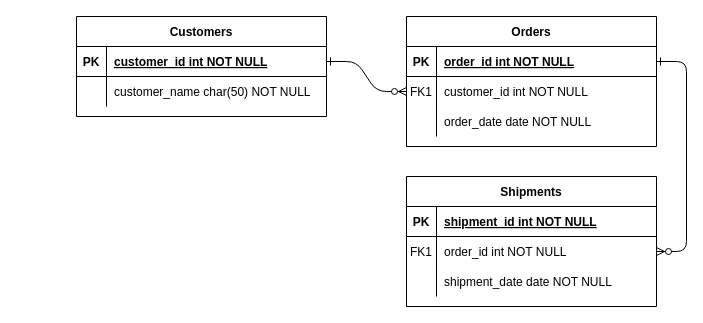
illegalbyte/uniplan keeps this draw.io diagram as schema.drawio. Above is the earlier version. Source tidied: cells renumbered, new cells numbered last; positions are measured from the earlier drawing's top-left corner, leaving out a move shared by most shapes. Both pictures are drawn from the tidied source at 100%, with x=0, y=0 at pixel (76, 16).
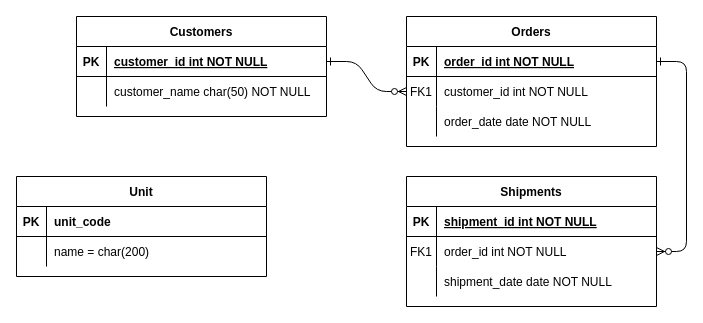
Above is the later version.

Change to the diagram source:
```diff
@@
+    <mxCell id="31" value="Unit" style="shape=table;startSize=30;childLayout=tableLayout;rowLines=0;fontStyle=1;align=center;" parent="1" vertex="1">
+      <mxGeometry x="-60" y="160" width="250" height="100" as="geometry" />
+    </mxCell>
+    <mxCell id="32" style="shape=partialRectangle;fillColor=none;top=0;left=0;right=0;bottom=1;" parent="31" vertex="1">
+      <mxGeometry y="30" width="250" height="30" as="geometry" />
+    </mxCell>
+    <mxCell id="33" value="PK" style="shape=partialRectangle;overflow=hidden;fillColor=none;top=0;left=0;bottom=0;right=0;fontStyle=1;" parent="32" vertex="1">
+      <mxGeometry width="30" height="30" as="geometry" />
+    </mxCell>
+    <mxCell id="34" value="unit_code" style="shape=partialRectangle;overflow=hidden;fillColor=none;top=0;left=0;bottom=0;right=0;align=left;spacingLeft=6;fontStyle=1;" parent="32" vertex="1">
+      <mxGeometry x="30" width="220" height="30" as="geometry" />
+    </mxCell>
+    <mxCell id="35" style="shape=partialRectangle;fillColor=none;top=0;left=0;right=0;bottom=0;" parent="31" vertex="1">
+      <mxGeometry y="60" width="250" height="30" as="geometry" />
+    </mxCell>
+    <mxCell id="36" style="shape=partialRectangle;overflow=hidden;fillColor=none;top=0;left=0;bottom=0;right=0;" parent="35" vertex="1">
+      <mxGeometry width="30" height="30" as="geometry" />
+    </mxCell>
+    <mxCell id="37" value="name = char(200)" style="shape=partialRectangle;overflow=hidden;fillColor=none;top=0;left=0;bottom=0;right=0;align=left;spacingLeft=6;" parent="35" vertex="1">
+      <mxGeometry x="30" width="220" height="30" as="geometry" />
+    </mxCell>
```
